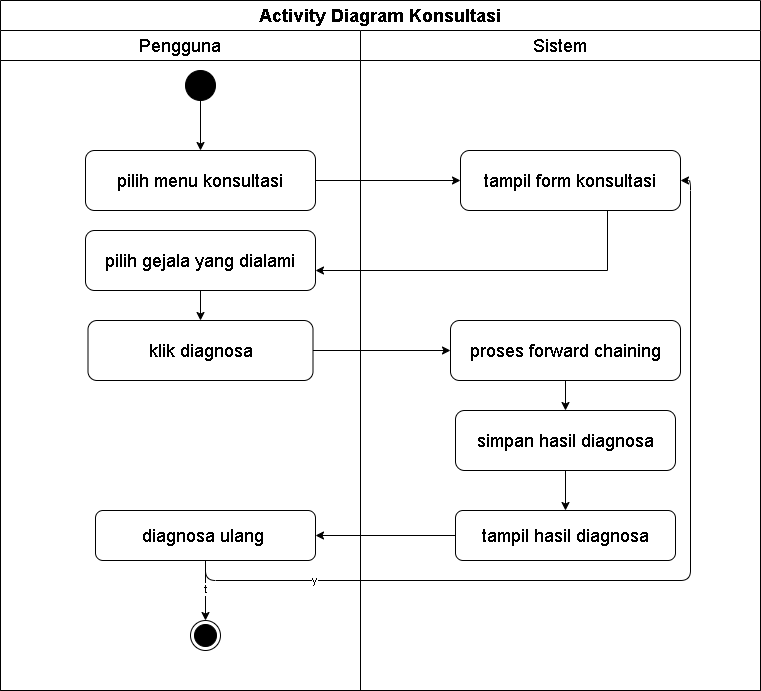
The draw.io diagram diagram/Activity/user_konsultasi.png in Jinsky/Jinsky, before a commit. Source tidied: cells renumbered, new cells last; positions are measured from the earlier drawing's top-left corner, leaving out a move shared by most shapes.
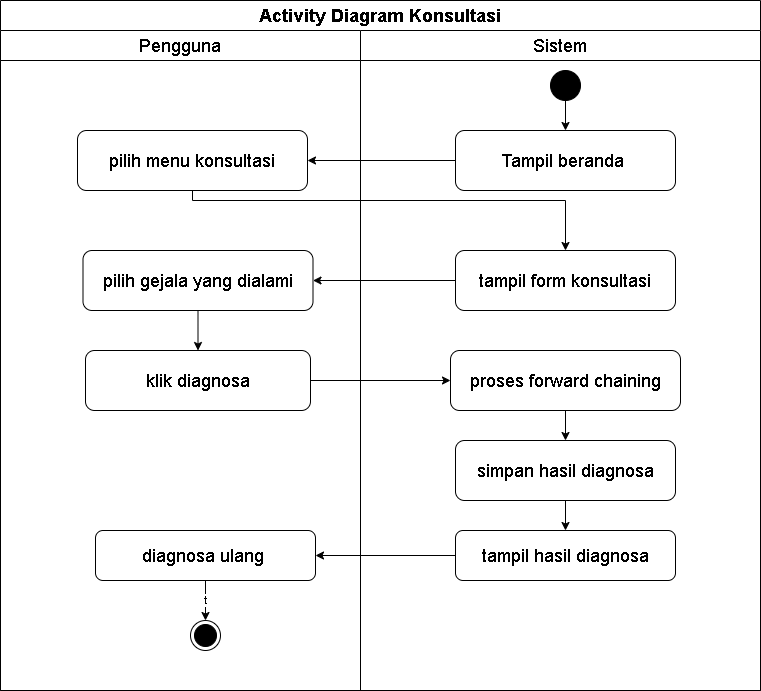
Above is the later version.

Diff of the diagram source:
```diff
@@ -8,17 +8,14 @@
     <mxCell id="3" value="&lt;font style=&quot;font-size: 18px;&quot;&gt;Pengguna&lt;/font&gt;" style="swimlane;html=1;startSize=30;whiteSpace=wrap;fontStyle=0;" parent="2" vertex="1">
       <mxGeometry y="30" width="360" height="660" as="geometry" />
     </mxCell>
-    <mxCell id="4" style="ellipse;whiteSpace=wrap;html=1;fillColor=#000000;fontStyle=0;" parent="3" vertex="1">
-      <mxGeometry x="185" y="40" width="30" height="30" as="geometry" />
-    </mxCell>
     <mxCell id="5" value="&lt;font style=&quot;font-size: 18px;&quot;&gt;&lt;span&gt;pilih menu konsultasi&lt;/span&gt;&lt;/font&gt;" style="rounded=1;whiteSpace=wrap;html=1;fontStyle=0;" parent="3" vertex="1">
-      <mxGeometry x="85" y="120" width="230" height="60" as="geometry" />
+      <mxGeometry x="77" y="100" width="230" height="60" as="geometry" />
     </mxCell>
     <mxCell id="6" value="&lt;font style=&quot;font-size: 18px;&quot;&gt;&lt;span&gt;pilih gejala yang dialami&lt;/span&gt;&lt;/font&gt;" style="rounded=1;whiteSpace=wrap;html=1;fontStyle=0;" parent="3" vertex="1">
-      <mxGeometry x="85" y="200" width="230" height="60" as="geometry" />
+      <mxGeometry x="82.5" y="220" width="230" height="60" as="geometry" />
     </mxCell>
     <mxCell id="7" value="&lt;font style=&quot;font-size: 18px;&quot;&gt;&lt;span&gt;klik diagnosa&lt;/span&gt;&lt;/font&gt;" style="rounded=1;whiteSpace=wrap;html=1;fontStyle=0;" parent="3" vertex="1">
-      <mxGeometry x="87.5" y="290" width="225" height="60" as="geometry" />
+      <mxGeometry x="85" y="320" width="225" height="60" as="geometry" />
     </mxCell>
     <mxCell id="8" style="edgeStyle=none;html=1;" parent="3" edge="1" source="10" target="11">
       <mxGeometry relative="1" as="geometry" />
@@ -27,7 +24,7 @@
       <mxGeometry x="-0.04" relative="1" as="geometry" />
     </mxCell>
     <mxCell id="10" value="&lt;span style=&quot;font-size: 18px;&quot;&gt;diagnosa ulang&amp;nbsp;&lt;/span&gt;" style="rounded=1;whiteSpace=wrap;html=1;fontStyle=0;" parent="3" vertex="1">
-      <mxGeometry x="95" y="480" width="220" height="50" as="geometry" />
+      <mxGeometry x="95" y="500" width="220" height="50" as="geometry" />
     </mxCell>
     <mxCell id="11" style="ellipse;html=1;shape=endState;fillColor=#000000;strokeColor=#000000;fontStyle=0;" parent="3" vertex="1">
       <mxGeometry x="190" y="590" width="30" height="30" as="geometry" />
@@ -36,37 +33,38 @@
       <mxGeometry x="360" y="30" width="400" height="660" as="geometry" />
     </mxCell>
     <mxCell id="13" value="&lt;font style=&quot;font-size: 18px;&quot;&gt;&lt;span&gt;tampil form konsultasi&lt;/span&gt;&lt;/font&gt;" style="rounded=1;whiteSpace=wrap;html=1;fontStyle=0;" parent="12" vertex="1">
-      <mxGeometry x="100" y="120" width="220" height="60" as="geometry" />
+      <mxGeometry x="95" y="220" width="220" height="60" as="geometry" />
     </mxCell>
     <mxCell id="14" value="&lt;font style=&quot;font-size: 18px;&quot;&gt;&lt;span style=&quot;&quot;&gt;proses forward chaining&lt;/span&gt;&lt;/font&gt;" style="rounded=1;whiteSpace=wrap;html=1;fontStyle=0;" parent="12" vertex="1">
-      <mxGeometry x="90" y="290" width="230" height="60" as="geometry" />
+      <mxGeometry x="90" y="320" width="230" height="60" as="geometry" />
     </mxCell>
     <mxCell id="15" value="&lt;span&gt;&lt;font style=&quot;font-size: 18px;&quot;&gt;simpan hasil diagnosa&lt;/font&gt;&lt;/span&gt;" style="rounded=1;whiteSpace=wrap;html=1;fontStyle=0;" parent="12" vertex="1">
-      <mxGeometry x="95" y="380" width="220" height="60" as="geometry" />
+      <mxGeometry x="95" y="410" width="220" height="60" as="geometry" />
     </mxCell>
     <mxCell id="16" value="&lt;span&gt;&lt;font style=&quot;font-size: 18px;&quot;&gt;tampil hasil diagnosa&lt;/font&gt;&lt;/span&gt;" style="rounded=1;whiteSpace=wrap;html=1;fontStyle=0;" parent="12" vertex="1">
-      <mxGeometry x="95" y="480" width="220" height="50" as="geometry" />
+      <mxGeometry x="95" y="500" width="220" height="50" as="geometry" />
     </mxCell>
+    <mxCell id="27" style="edgeStyle=none;html=1;" parent="12" edge="1" source="4" target="28">
+      <mxGeometry relative="1" as="geometry" />
+    </mxCell>
+    <mxCell id="4" style="ellipse;whiteSpace=wrap;html=1;fillColor=#000000;fontStyle=0;" parent="12" vertex="1">
+      <mxGeometry x="190" y="40" width="30" height="30" as="geometry" />
+    </mxCell>
+    <mxCell id="28" value="&lt;font style=&quot;font-size: 18px;&quot;&gt;&lt;span&gt;Tampil beranda&amp;nbsp;&lt;/span&gt;&lt;/font&gt;" style="rounded=1;whiteSpace=wrap;html=1;fontStyle=0;" parent="12" vertex="1">
+      <mxGeometry x="95" y="100" width="220" height="60" as="geometry" />
+    </mxCell>
     <mxCell id="17" style="edgeStyle=none;html=1;entryX=1;entryY=0.5;entryDx=0;entryDy=0;exitX=0;exitY=0.5;exitDx=0;exitDy=0;" parent="2" edge="1" source="16" target="10">
       <mxGeometry relative="1" as="geometry" />
     </mxCell>
-    <mxCell id="18" style="edgeStyle=orthogonalEdgeStyle;html=1;entryX=1;entryY=0.5;entryDx=0;entryDy=0;exitX=0.5;exitY=1;exitDx=0;exitDy=0;" parent="2" edge="1" source="10" target="13">
-      <mxGeometry relative="1" as="geometry">
-        <Array as="points">
-          <mxPoint x="205" y="580" />
-          <mxPoint x="690" y="580" />
-          <mxPoint x="690" y="180" />
-        </Array>
-      </mxGeometry>
-    </mxCell>
-    <mxCell id="19" value="y" style="edgeLabel;html=1;align=center;verticalAlign=middle;" parent="18" vertex="1">
-      <mxGeometry x="-0.72" y="1" relative="1" as="geometry" />
-    </mxCell>
-    <mxCell id="20" style="edgeStyle=orthogonalEdgeStyle;rounded=0;jettySize=auto;html=1;fontStyle=0;" parent="1" edge="1" source="4" target="5">
-      <mxGeometry relative="1" as="geometry" />
-    </mxCell>
+    <mxCell id="29" style="edgeStyle=none;html=1;entryX=1;entryY=0.5;entryDx=0;entryDy=0;" parent="2" edge="1" source="28" target="5">
+      <mxGeometry relative="1" as="geometry" />
+    </mxCell>
     <mxCell id="21" style="edgeStyle=orthogonalEdgeStyle;rounded=0;jettySize=auto;html=1;fontStyle=0;" parent="1" edge="1" source="5" target="13">
-      <mxGeometry relative="1" as="geometry" />
+      <mxGeometry relative="1" as="geometry">
+        <Array as="points">
+          <mxPoint x="565" y="200" />
+        </Array>
+      </mxGeometry>
     </mxCell>
     <mxCell id="22" style="edgeStyle=orthogonalEdgeStyle;rounded=0;jettySize=auto;html=1;fontStyle=0;" parent="1" edge="1" source="13" target="6">
       <mxGeometry relative="1" as="geometry">
```
